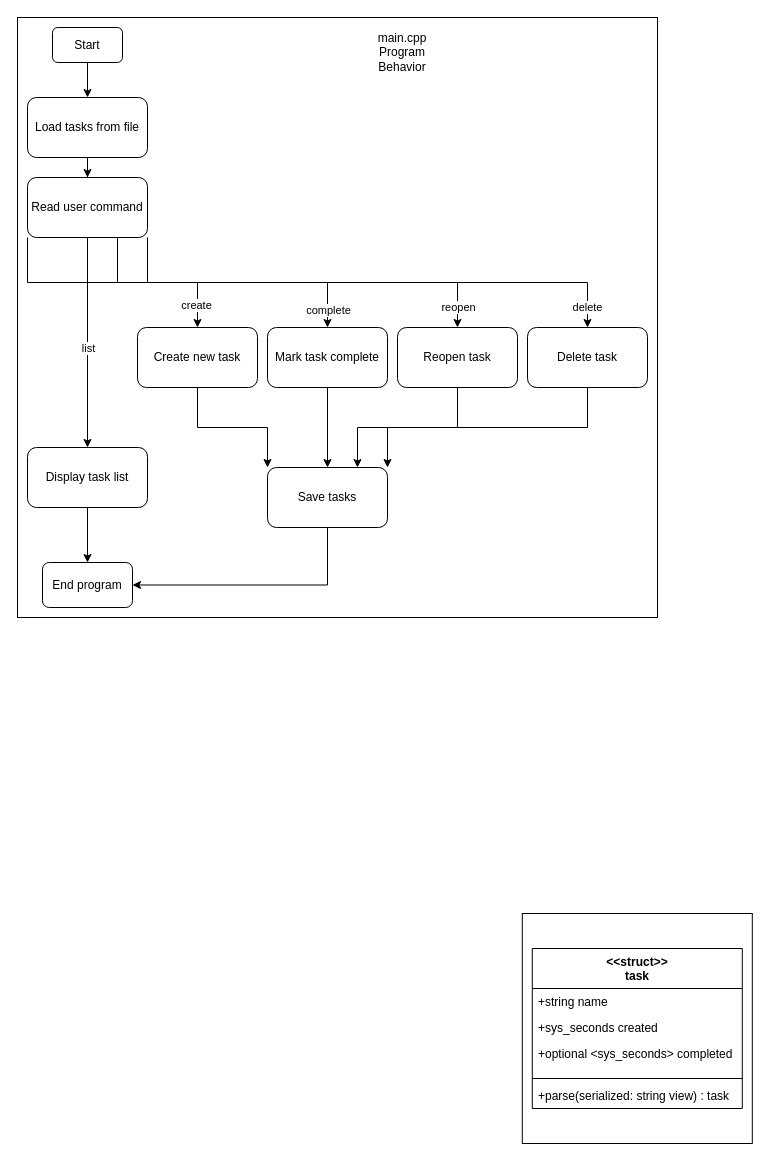
fawn-edu/cs2450-todo keeps this draw.io diagram as page "Page-1" (1 of 3) of docs/uml/usecasediagram.drawio. Above is the earlier version. Source tidied: cells renumbered, new cells numbered last; positions are measured from the earlier drawing's top-left corner, leaving out a move shared by most shapes. Both pictures are drawn from the tidied source at 100%, with x=0, y=0 at pixel (17, 17).
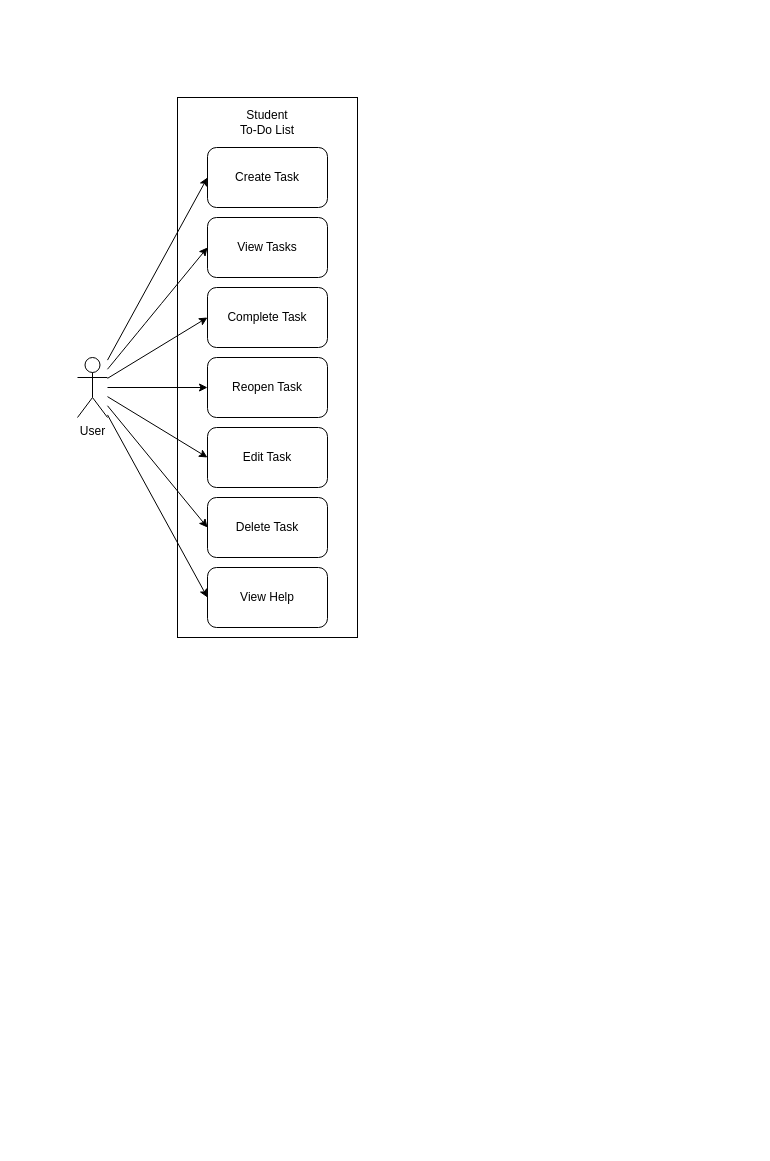
Above is the later version.

Commit message (it also covers changes not shown here):
Update SRS & UML diagrams

Change to the diagram source:
```diff
@@
-    <mxCell id="2" style="rounded=0;whiteSpace=wrap;html=1;" parent="1" vertex="1">
-      <mxGeometry width="640" height="600" as="geometry" />
-    </mxCell>
-    <mxCell id="3" style="edgeStyle=orthogonalEdgeStyle;rounded=0;jettySize=auto;html=1;entryX=0.5;entryY=0;entryDx=0;entryDy=0;" parent="1" edge="1" source="4" target="6">
-      <mxGeometry relative="1" as="geometry" />
-    </mxCell>
-    <mxCell id="4" value="Start" style="rounded=1;whiteSpace=wrap;html=1;" parent="1" vertex="1">
-      <mxGeometry x="35" y="10" width="70" height="35" as="geometry" />
-    </mxCell>
-    <mxCell id="5" style="edgeStyle=orthogonalEdgeStyle;rounded=0;jettySize=auto;html=1;" parent="1" edge="1" source="6" target="17">
-      <mxGeometry relative="1" as="geometry" />
-    </mxCell>
-    <mxCell id="6" value="Load tasks from file" style="rounded=1;whiteSpace=wrap;html=1;" parent="1" vertex="1">
-      <mxGeometry x="10" y="80" width="120" height="60" as="geometry" />
-    </mxCell>
-    <mxCell id="7" style="edgeStyle=orthogonalEdgeStyle;rounded=0;jettySize=auto;html=1;exitX=0;exitY=1;exitDx=0;exitDy=0;entryX=0.5;entryY=0;entryDx=0;entryDy=0;" parent="1" edge="1" source="17" target="19">
-      <mxGeometry relative="1" as="geometry" />
-    </mxCell>
-    <mxCell id="8" value="create" style="edgeLabel;html=1;align=center;verticalAlign=middle;" parent="7" vertex="1">
-      <mxGeometry x="0.82" y="-2" relative="1" as="geometry" />
-    </mxCell>
-    <mxCell id="9" style="edgeStyle=orthogonalEdgeStyle;rounded=0;jettySize=auto;html=1;exitX=0.5;exitY=1;exitDx=0;exitDy=0;entryX=0.5;entryY=0;entryDx=0;entryDy=0;" parent="1" edge="1" source="17" target="21">
-      <mxGeometry relative="1" as="geometry" />
-    </mxCell>
-    <mxCell id="10" value="complete" style="edgeLabel;html=1;align=center;verticalAlign=middle;" parent="9" vertex="1">
-      <mxGeometry x="0.89" relative="1" as="geometry" />
-    </mxCell>
-    <mxCell id="11" style="edgeStyle=orthogonalEdgeStyle;rounded=0;jettySize=auto;html=1;exitX=0.75;exitY=1;exitDx=0;exitDy=0;entryX=0.5;entryY=0;entryDx=0;entryDy=0;" parent="1" edge="1" source="17" target="23">
-      <mxGeometry relative="1" as="geometry" />
-    </mxCell>
-    <mxCell id="12" value="reopen" style="edgeLabel;html=1;align=center;verticalAlign=middle;" parent="11" vertex="1">
-      <mxGeometry x="0.9" relative="1" as="geometry" />
-    </mxCell>
-    <mxCell id="13" style="edgeStyle=orthogonalEdgeStyle;rounded=0;jettySize=auto;html=1;exitX=1;exitY=1;exitDx=0;exitDy=0;entryX=0.5;entryY=0;entryDx=0;entryDy=0;" parent="1" edge="1" source="17" target="25">
-      <mxGeometry relative="1" as="geometry" />
-    </mxCell>
-    <mxCell id="14" value="delete" style="edgeLabel;html=1;align=center;verticalAlign=middle;" parent="13" vertex="1">
-      <mxGeometry x="0.92" y="-1" relative="1" as="geometry" />
-    </mxCell>
-    <mxCell id="15" style="edgeStyle=orthogonalEdgeStyle;rounded=0;jettySize=auto;html=1;exitX=0.5;exitY=1;exitDx=0;exitDy=0;entryX=0.5;entryY=0;entryDx=0;entryDy=0;" parent="1" edge="1" source="17" target="29">
-      <mxGeometry relative="1" as="geometry" />
-    </mxCell>
-    <mxCell id="16" value="list" style="edgeLabel;html=1;align=center;verticalAlign=middle;" parent="15" vertex="1">
-      <mxGeometry x="0.05" relative="1" as="geometry" />
-    </mxCell>
-    <mxCell id="17" value="Read user command" style="rounded=1;whiteSpace=wrap;html=1;" parent="1" vertex="1">
-      <mxGeometry x="10" y="160" width="120" height="60" as="geometry" />
-    </mxCell>
-    <mxCell id="18" style="edgeStyle=orthogonalEdgeStyle;rounded=0;jettySize=auto;html=1;exitX=0.5;exitY=1;exitDx=0;exitDy=0;entryX=0;entryY=0;entryDx=0;entryDy=0;" parent="1" edge="1" source="19" target="27">
-      <mxGeometry relative="1" as="geometry" />
-    </mxCell>
-    <mxCell id="19" value="Create new task" style="rounded=1;whiteSpace=wrap;html=1;" parent="1" vertex="1">
-      <mxGeometry x="120" y="310" width="120" height="60" as="geometry" />
-    </mxCell>
-    <mxCell id="20" style="edgeStyle=orthogonalEdgeStyle;rounded=0;jettySize=auto;html=1;exitX=0.5;exitY=1;exitDx=0;exitDy=0;entryX=0.5;entryY=0;entryDx=0;entryDy=0;" parent="1" edge="1" source="21" target="27">
-      <mxGeometry relative="1" as="geometry" />
-    </mxCell>
-    <mxCell id="21" value="Mark task complete" style="rounded=1;whiteSpace=wrap;html=1;" parent="1" vertex="1">
-      <mxGeometry x="250" y="310" width="120" height="60" as="geometry" />
-    </mxCell>
-    <mxCell id="22" style="edgeStyle=orthogonalEdgeStyle;rounded=0;jettySize=auto;html=1;exitX=0.5;exitY=1;exitDx=0;exitDy=0;entryX=0.75;entryY=0;entryDx=0;entryDy=0;" parent="1" edge="1" source="23" target="27">
-      <mxGeometry relative="1" as="geometry" />
-    </mxCell>
-    <mxCell id="23" value="Reopen task" style="rounded=1;whiteSpace=wrap;html=1;" parent="1" vertex="1">
-      <mxGeometry x="380" y="310" width="120" height="60" as="geometry" />
-    </mxCell>
-    <mxCell id="24" style="edgeStyle=orthogonalEdgeStyle;rounded=0;jettySize=auto;html=1;exitX=0.5;exitY=1;exitDx=0;exitDy=0;entryX=1;entryY=0;entryDx=0;entryDy=0;" parent="1" edge="1" source="25" target="27">
-      <mxGeometry relative="1" as="geometry" />
-    </mxCell>
-    <mxCell id="25" value="Delete task" style="rounded=1;whiteSpace=wrap;html=1;" parent="1" vertex="1">
-      <mxGeometry x="510" y="310" width="120" height="60" as="geometry" />
-    </mxCell>
-    <mxCell id="26" style="edgeStyle=orthogonalEdgeStyle;rounded=0;jettySize=auto;html=1;exitX=0.5;exitY=1;exitDx=0;exitDy=0;entryX=1;entryY=0.5;entryDx=0;entryDy=0;" parent="1" edge="1" source="27" target="30">
-      <mxGeometry relative="1" as="geometry" />
-    </mxCell>
-    <mxCell id="27" value="Save tasks" style="rounded=1;whiteSpace=wrap;html=1;" parent="1" vertex="1">
-      <mxGeometry x="250" y="450" width="120" height="60" as="geometry" />
-    </mxCell>
-    <mxCell id="28" style="edgeStyle=orthogonalEdgeStyle;rounded=0;jettySize=auto;html=1;exitX=0.5;exitY=1;exitDx=0;exitDy=0;entryX=0.5;entryY=0;entryDx=0;entryDy=0;" parent="1" edge="1" source="29" target="30">
-      <mxGeometry relative="1" as="geometry" />
-    </mxCell>
-    <mxCell id="29" value="Display task list" style="rounded=1;whiteSpace=wrap;html=1;" parent="1" vertex="1">
-      <mxGeometry x="10" y="430" width="120" height="60" as="geometry" />
-    </mxCell>
-    <mxCell id="30" value="End program" style="rounded=1;whiteSpace=wrap;html=1;" parent="1" vertex="1">
-      <mxGeometry x="25" y="545" width="90" height="45" as="geometry" />
-    </mxCell>
-    <mxCell id="31" value="main.cpp Program Behavior" style="text;html=1;whiteSpace=wrap;strokeColor=none;fillColor=none;align=center;verticalAlign=middle;rounded=0;" parent="1" vertex="1">
-      <mxGeometry x="355" y="20" width="60" height="30" as="geometry" />
-    </mxCell>
-    <mxCell id="32" style="whiteSpace=wrap;html=1;" parent="1" vertex="1">
-      <mxGeometry x="504.8" y="896" width="230" height="230" as="geometry" />
-    </mxCell>
-    <mxCell id="33" value="&amp;lt;&amp;lt;struct&amp;gt;&amp;gt;&lt;div&gt;task&lt;/div&gt;" style="swimlane;fontStyle=1;align=center;verticalAlign=top;horizontal=1;startSize=40;whiteSpace=wrap;html=1;" parent="1" vertex="1">
-      <mxGeometry x="514.8" y="931" width="210" height="160" as="geometry" />
-    </mxCell>
-    <mxCell id="34" value="+string name" style="text;strokeColor=none;fillColor=none;align=left;verticalAlign=top;spacingLeft=4;spacingRight=4;overflow=hidden;whiteSpace=wrap;html=1;" parent="33" vertex="1">
-      <mxGeometry y="40" width="210" height="26" as="geometry" />
-    </mxCell>
-    <mxCell id="35" value="+sys_seconds created" style="text;strokeColor=none;fillColor=none;align=left;verticalAlign=top;spacingLeft=4;spacingRight=4;overflow=hidden;whiteSpace=wrap;html=1;" parent="33" vertex="1">
-      <mxGeometry y="66" width="210" height="26" as="geometry" />
-    </mxCell>
-    <mxCell id="36" value="+optional &amp;lt;sys_seconds&amp;gt; completed" style="text;strokeColor=none;fillColor=none;align=left;verticalAlign=top;spacingLeft=4;spacingRight=4;overflow=hidden;whiteSpace=wrap;html=1;" parent="33" vertex="1">
-      <mxGeometry y="92" width="210" height="34" as="geometry" />
-    </mxCell>
-    <mxCell id="37" style="line;strokeWidth=1;fillColor=none;align=left;verticalAlign=middle;spacingTop=-1;spacingLeft=3;spacingRight=3;labelPosition=right;strokeColor=inherit;" parent="33" vertex="1">
-      <mxGeometry y="126" width="210" height="8" as="geometry" />
-    </mxCell>
-    <mxCell id="38" value="+parse(serialized: string view) : task" style="text;strokeColor=none;fillColor=none;align=left;verticalAlign=top;spacingLeft=4;spacingRight=4;overflow=hidden;whiteSpace=wrap;html=1;" parent="33" vertex="1">
-      <mxGeometry y="134" width="210" height="26" as="geometry" />
-    </mxCell>
+    <mxCell id="39" style="rounded=0;whiteSpace=wrap;html=1;" parent="1" vertex="1">
+      <mxGeometry x="160" y="80" width="180" height="540" as="geometry" />
+    </mxCell>
+    <mxCell id="40" style="rounded=0;jettySize=auto;html=1;entryX=0;entryY=0.5;entryDx=0;entryDy=0;" parent="1" edge="1" source="47" target="54">
+      <mxGeometry relative="1" as="geometry" />
+    </mxCell>
+    <mxCell id="41" style="rounded=0;jettySize=auto;html=1;entryX=0;entryY=0.5;entryDx=0;entryDy=0;curved=1;curveGeometry=1;" parent="1" edge="1" source="47" target="53">
+      <mxGeometry relative="1" as="geometry" />
+    </mxCell>
+    <mxCell id="42" style="rounded=0;jettySize=auto;html=1;entryX=0;entryY=0.5;entryDx=0;entryDy=0;" parent="1" edge="1" source="47" target="52">
+      <mxGeometry relative="1" as="geometry" />
+    </mxCell>
+    <mxCell id="43" style="rounded=0;jettySize=auto;html=1;entryX=0;entryY=0.5;entryDx=0;entryDy=0;" parent="1" edge="1" source="47" target="51">
+      <mxGeometry relative="1" as="geometry" />
+    </mxCell>
+    <mxCell id="44" style="rounded=0;jettySize=auto;html=1;entryX=0;entryY=0.5;entryDx=0;entryDy=0;" parent="1" edge="1" source="47" target="50">
+      <mxGeometry relative="1" as="geometry" />
+    </mxCell>
+    <mxCell id="45" style="rounded=0;jettySize=auto;html=1;entryX=0;entryY=0.5;entryDx=0;entryDy=0;" parent="1" edge="1" source="47" target="49">
+      <mxGeometry relative="1" as="geometry" />
+    </mxCell>
+    <mxCell id="46" style="rounded=0;jettySize=auto;html=1;entryX=0;entryY=0.5;entryDx=0;entryDy=0;" parent="1" edge="1" source="47" target="48">
+      <mxGeometry relative="1" as="geometry" />
+    </mxCell>
+    <mxCell id="47" value="User" style="shape=umlActor;verticalLabelPosition=bottom;verticalAlign=top;html=1;outlineConnect=0;" parent="1" vertex="1">
+      <mxGeometry x="60" y="340" width="30" height="60" as="geometry" />
+    </mxCell>
+    <mxCell id="48" value="View Help" style="rounded=1;whiteSpace=wrap;html=1;roundedPerimeter=1;" parent="1" vertex="1">
+      <mxGeometry x="190" y="550" width="120" height="60" as="geometry" />
+    </mxCell>
+    <mxCell id="49" value="Delete Task" style="rounded=1;whiteSpace=wrap;html=1;roundedPerimeter=1;" parent="1" vertex="1">
+      <mxGeometry x="190" y="480" width="120" height="60" as="geometry" />
+    </mxCell>
+    <mxCell id="50" value="Edit Task" style="rounded=1;whiteSpace=wrap;html=1;roundedPerimeter=1;" parent="1" vertex="1">
+      <mxGeometry x="190" y="410" width="120" height="60" as="geometry" />
+    </mxCell>
+    <mxCell id="51" value="Reopen Task" style="rounded=1;whiteSpace=wrap;html=1;roundedPerimeter=1;" parent="1" vertex="1">
+      <mxGeometry x="190" y="340" width="120" height="60" as="geometry" />
+    </mxCell>
+    <mxCell id="52" value="Complete Task" style="rounded=1;whiteSpace=wrap;html=1;roundedPerimeter=1;" parent="1" vertex="1">
+      <mxGeometry x="190" y="270" width="120" height="60" as="geometry" />
+    </mxCell>
+    <mxCell id="53" value="View Tasks" style="rounded=1;whiteSpace=wrap;html=1;roundedPerimeter=1;" parent="1" vertex="1">
+      <mxGeometry x="190" y="200" width="120" height="60" as="geometry" />
+    </mxCell>
+    <mxCell id="54" value="Create Task" style="rounded=1;whiteSpace=wrap;html=1;roundedPerimeter=1;" parent="1" vertex="1">
+      <mxGeometry x="190" y="130" width="120" height="60" as="geometry" />
+    </mxCell>
+    <mxCell id="55" value="Student To-Do List" style="text;html=1;whiteSpace=wrap;strokeColor=none;fillColor=none;align=center;verticalAlign=middle;rounded=0;" parent="1" vertex="1">
+      <mxGeometry x="220" y="90" width="60" height="30" as="geometry" />
+    </mxCell>
```
